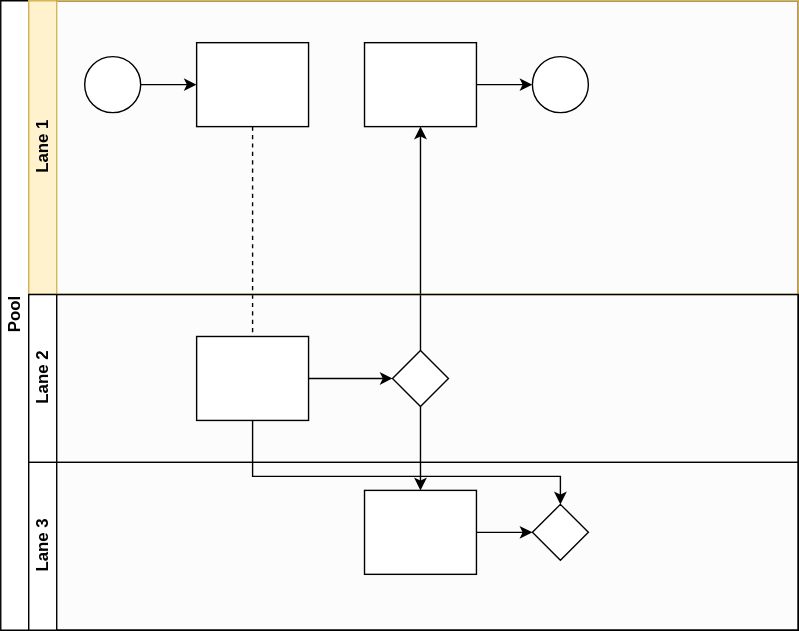
Earlier version of the draw.io export test.drawio.svg (rafenden/drawio-test). Source tidied: cells renumbered, new cells last; positions are measured from the earlier drawing's top-left corner, leaving out a move shared by most shapes.
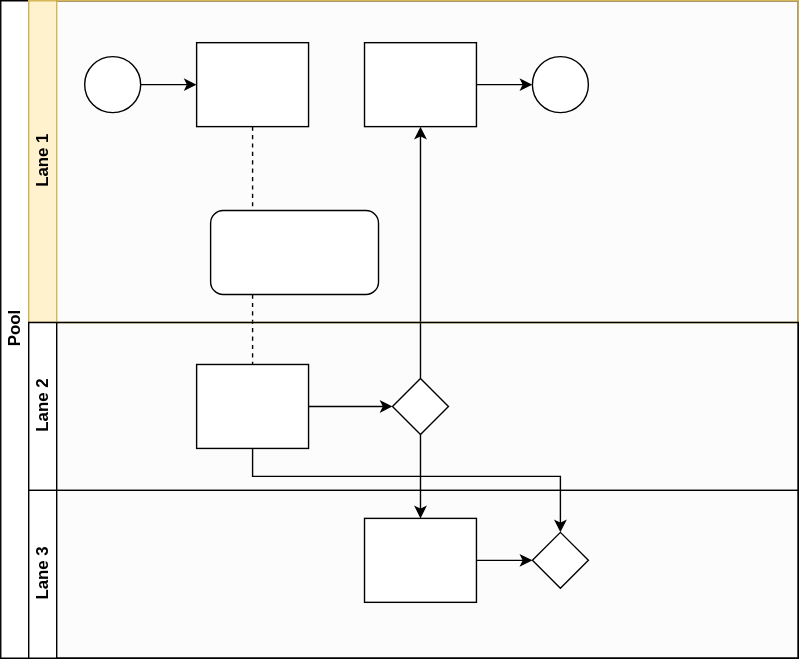
The same file after the commit.

The edit, as a diff of the source:
```diff
@@ -3,7 +3,7 @@
     <mxCell id="0" />
     <mxCell id="1" parent="0" />
     <mxCell id="2" value="Pool" style="swimlane;html=1;horizontal=0;startSize=20;" parent="1" vertex="1">
-      <mxGeometry width="570" height="450" as="geometry" />
+      <mxGeometry width="570" height="470" as="geometry" />
     </mxCell>
     <mxCell id="3" style="edgeStyle=orthogonalEdgeStyle;rounded=0;jettySize=auto;html=1;dashed=1;endArrow=none;endFill=0;" parent="2" edge="1" source="10" target="16">
       <mxGeometry relative="1" as="geometry" />
@@ -23,7 +23,7 @@
       </mxGeometry>
     </mxCell>
     <mxCell id="7" value="Lane 1" style="swimlane;html=1;startSize=20;horizontal=0;fillColor=#fff2cc;strokeColor=#d6b656;" parent="2" vertex="1">
-      <mxGeometry x="20" width="550" height="210" as="geometry" />
+      <mxGeometry x="20" width="550" height="230" as="geometry" />
     </mxCell>
     <mxCell id="8" style="edgeStyle=orthogonalEdgeStyle;rounded=0;jettySize=auto;html=1;" parent="7" edge="1" source="9" target="10">
       <mxGeometry relative="1" as="geometry" />
@@ -43,20 +43,23 @@
     <mxCell id="13" style="ellipse;whiteSpace=wrap;html=1;" parent="7" vertex="1">
       <mxGeometry x="360" y="40" width="40" height="40" as="geometry" />
     </mxCell>
+    <mxCell id="22" style="rounded=1;whiteSpace=wrap;html=1;" parent="7" vertex="1">
+      <mxGeometry x="130" y="150" width="120" height="60" as="geometry" />
+    </mxCell>
     <mxCell id="14" value="Lane 2" style="swimlane;html=1;startSize=20;horizontal=0;" parent="2" vertex="1">
-      <mxGeometry x="20" y="210" width="550" height="120" as="geometry" />
+      <mxGeometry x="20" y="230" width="550" height="120" as="geometry" />
     </mxCell>
     <mxCell id="15" style="edgeStyle=orthogonalEdgeStyle;rounded=0;jettySize=auto;html=1;endArrow=classic;endFill=1;" parent="14" edge="1" source="16" target="17">
       <mxGeometry relative="1" as="geometry" />
     </mxCell>
-    <mxCell id="16" style="rounded=0;whiteSpace=wrap;html=1;fontFamily=Helvetica;fontSize=12;fontColor=#000000;align=center;" parent="14" vertex="1">
+    <mxCell id="16" style="rounded=0;whiteSpace=wrap;html=1;fontFamily=Helvetica;fontSize=12;align=center;" parent="14" vertex="1">
       <mxGeometry x="120" y="30" width="80" height="60" as="geometry" />
     </mxCell>
     <mxCell id="17" style="rhombus;whiteSpace=wrap;html=1;fontFamily=Helvetica;fontSize=12;fontColor=#000000;align=center;" parent="14" vertex="1">
       <mxGeometry x="260" y="40" width="40" height="40" as="geometry" />
     </mxCell>
     <mxCell id="18" value="Lane 3" style="swimlane;html=1;startSize=20;horizontal=0;" parent="2" vertex="1">
-      <mxGeometry x="20" y="330" width="550" height="120" as="geometry" />
+      <mxGeometry x="20" y="350" width="550" height="120" as="geometry" />
     </mxCell>
     <mxCell id="19" style="edgeStyle=orthogonalEdgeStyle;rounded=0;jettySize=auto;html=1;endArrow=classic;endFill=1;" parent="18" edge="1" source="20" target="21">
       <mxGeometry relative="1" as="geometry" />
```
